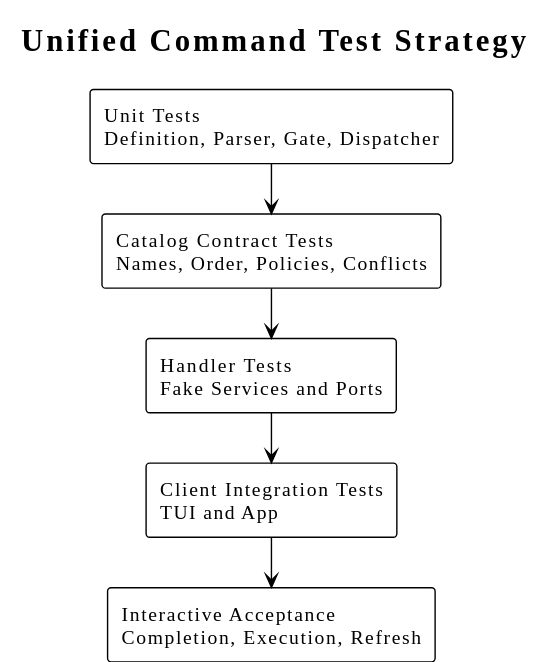
The PlantUML diagram diagrams/command/13-test-strategy.svg in superheromeZzh/pi-mono-java-design, before a commit. Its diagram source:
```plantuml
@startuml
!theme plain
!pragma layout smetana
skinparam defaultFontName "SansSerif"
skinparam shadowing false
skinparam backgroundColor transparent
title Unified Command Test Strategy

rectangle "Unit Tests\nDefinition, Parser, Gate, Dispatcher" as Unit
rectangle "Catalog Contract Tests\nNames, Order, Policies, Conflicts" as Contract
rectangle "Handler Tests\nFake Services and Ports" as Handler
rectangle "Client Integration Tests\nTUI and App" as Integration
rectangle "Interactive Acceptance\nCompletion, Execution, Refresh" as Acceptance

Unit --> Contract
Contract --> Handler
Handler --> Integration
Integration --> Acceptance
@enduml
```
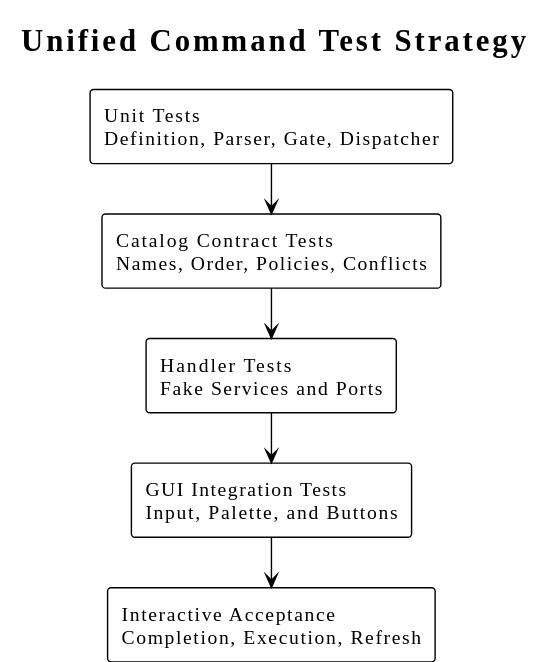
The same file after the commit.

Diff of the diagram source:
```diff
@@ -9,7 +9,7 @@
 rectangle "Unit Tests\nDefinition, Parser, Gate, Dispatcher" as Unit
 rectangle "Catalog Contract Tests\nNames, Order, Policies, Conflicts" as Contract
 rectangle "Handler Tests\nFake Services and Ports" as Handler
-rectangle "Client Integration Tests\nTUI and App" as Integration
+rectangle "GUI Integration Tests\nInput, Palette, and Buttons" as Integration
 rectangle "Interactive Acceptance\nCompletion, Execution, Refresh" as Acceptance
 
 Unit --> Contract
```
